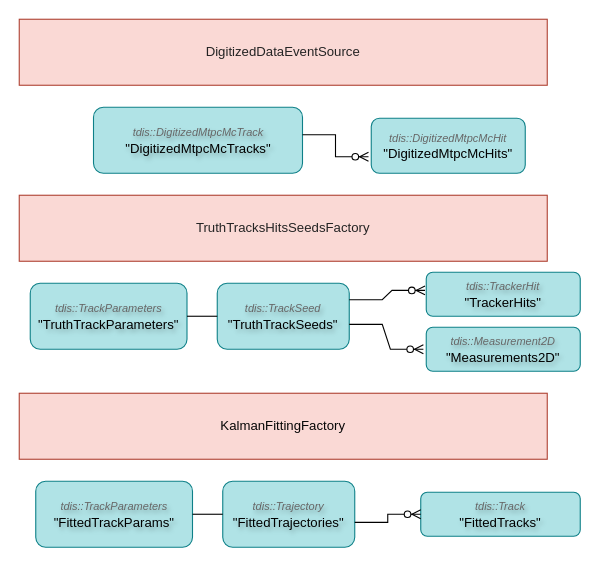
Above: docs/_media/tracking-diagram.drawio in aruninadeeshani/tdis (draw.io), before the change. Source tidied: cells renumbered, new cells numbered last; positions are measured from the earlier drawing's top-left corner, leaving out a move shared by most shapes. Both pictures are drawn from the tidied source at 110%, with x=0, y=0 at pixel (19, 19).
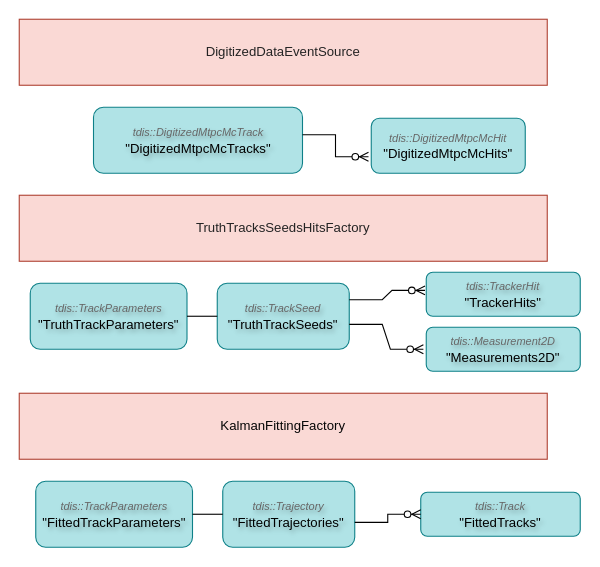
Above is the later version.

Change to the diagram source:
```diff
@@
-    <mxCell id="4" value="TruthTracksHitsSeedsFactory" style="rounded=0;whiteSpace=wrap;html=1;strokeColor=#ae4132;align=center;verticalAlign=middle;fontFamily=Helvetica;fontSize=12;fontColor=#242424;fillColor=#fad9d5;" parent="1" vertex="1">
+    <mxCell id="4" value="TruthTracksSeedsHitsFactory" style="rounded=0;whiteSpace=wrap;html=1;strokeColor=#ae4132;align=center;verticalAlign=middle;fontFamily=Helvetica;fontSize=12;fontColor=#242424;fillColor=#fad9d5;" parent="1" vertex="1">
       <mxGeometry y="160" width="480" height="60" as="geometry" />
     </mxCell>
@@
-    <mxCell id="17" value="&lt;i&gt;&lt;font style=&quot;font-size: 10px;&quot;&gt;tdis::&lt;/font&gt;&lt;/i&gt;&lt;span style=&quot;font-size: 10px;&quot;&gt;&lt;i&gt;TrackParameters&lt;/i&gt;&lt;/span&gt;&lt;div&gt;&lt;font style=&quot;color: rgb(0, 0, 0);&quot;&gt;&quot;FittedTrackParams&lt;span style=&quot;&quot;&gt;&quot;&lt;/span&gt;&lt;/font&gt;&lt;/div&gt;" style="rounded=1;whiteSpace=wrap;html=1;fillColor=#b0e3e6;strokeColor=#0e8088;fontColor=#666666;labelBackgroundColor=none;textShadow=1;" parent="1" vertex="1">
+    <mxCell id="17" value="&lt;i&gt;&lt;font style=&quot;font-size: 10px;&quot;&gt;tdis::&lt;/font&gt;&lt;/i&gt;&lt;span style=&quot;font-size: 10px;&quot;&gt;&lt;i&gt;TrackParameters&lt;/i&gt;&lt;/span&gt;&lt;div&gt;&lt;font style=&quot;color: rgb(0, 0, 0);&quot;&gt;&quot;FittedTrackParameters&lt;span style=&quot;&quot;&gt;&quot;&lt;/span&gt;&lt;/font&gt;&lt;/div&gt;" style="rounded=1;whiteSpace=wrap;html=1;fillColor=#b0e3e6;strokeColor=#0e8088;fontColor=#666666;labelBackgroundColor=none;textShadow=1;" parent="1" vertex="1">
       <mxGeometry x="15" y="420" width="142.5" height="60" as="geometry" />
     </mxCell>
```
